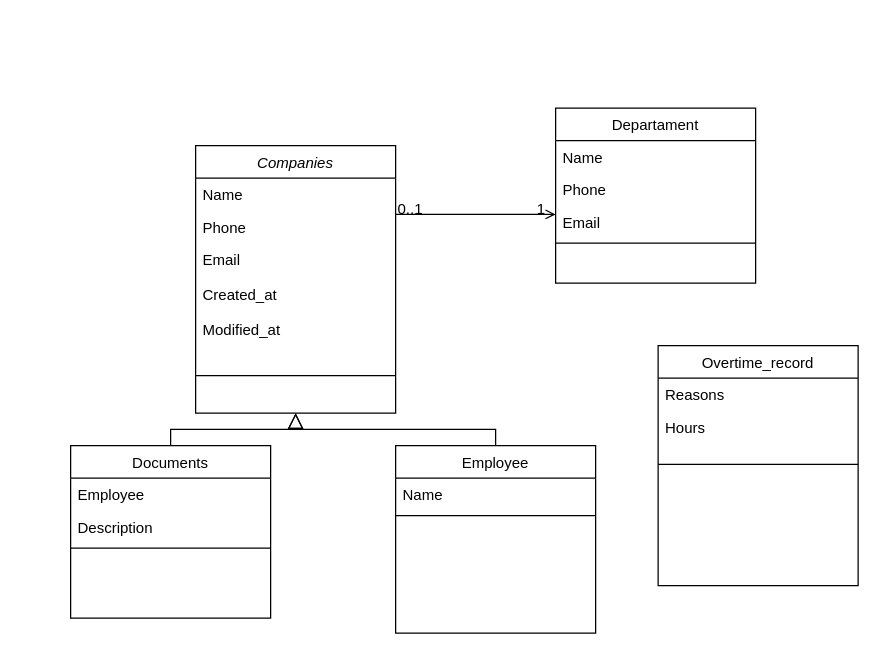
This is Diagrama sem nome.drawio from lucashfernandes91/hr-management, a draw.io file, before an edit. Source tidied: cells renumbered, new cells numbered last; positions are measured from the earlier drawing's top-left corner, leaving out a move shared by most shapes. Both pictures are drawn from the tidied source at 125%, with x=0, y=0 at pixel (70, 108).
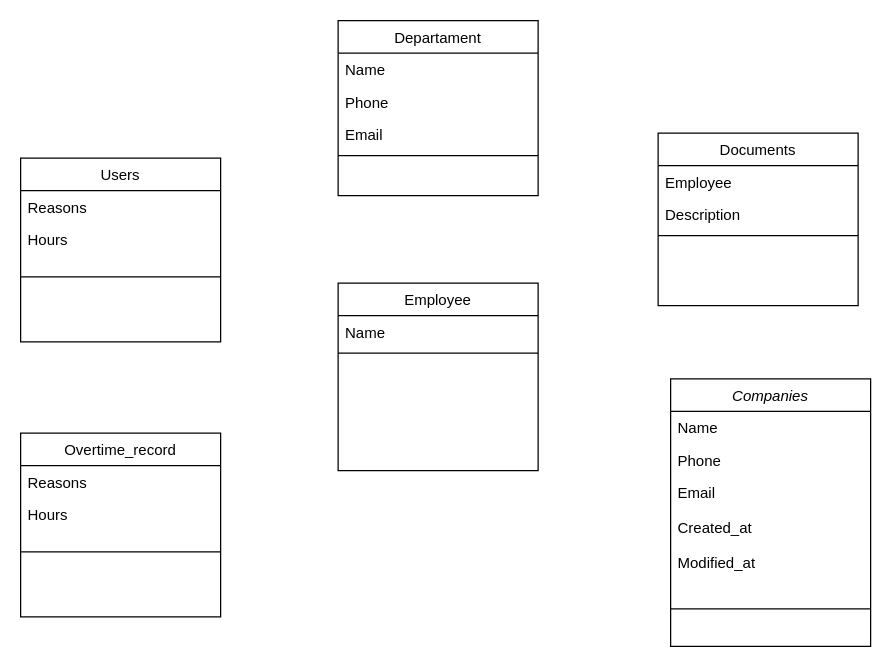
After the change.

What changed in the source:
```diff
@@
     <mxCell id="2" value="Companies" style="swimlane;fontStyle=2;align=center;verticalAlign=top;horizontal=1;startSize=26;rounded=0;shadow=0;strokeWidth=1;" parent="1" vertex="1">
-      <mxGeometry x="100" y="30" width="160" height="214" as="geometry" />
+      <mxGeometry x="480" y="216.5" width="160" height="214" as="geometry" />
     </mxCell>
@@
     <mxCell id="7" value="Documents&#10;" style="swimlane;fontStyle=0;align=center;verticalAlign=top;horizontal=1;startSize=26;rounded=0;shadow=0;strokeWidth=1;" parent="1" vertex="1">
-      <mxGeometry y="270" width="160" height="138" as="geometry" />
+      <mxGeometry x="470" y="20" width="160" height="138" as="geometry" />
     </mxCell>
@@
-    <mxCell id="11" style="endArrow=block;endSize=10;endFill=0;shadow=0;strokeWidth=1;rounded=0;curved=0;edgeStyle=elbowEdgeStyle;elbow=vertical;" parent="1" edge="1" source="7" target="2">
-      <mxGeometry relative="1" as="geometry" />
-    </mxCell>
     <mxCell id="12" value="Employee&#10;" style="swimlane;fontStyle=0;align=center;verticalAlign=top;horizontal=1;startSize=26;rounded=0;shadow=0;strokeWidth=1;" parent="1" vertex="1">
-      <mxGeometry x="260" y="270" width="160" height="150" as="geometry" />
+      <mxGeometry x="214" y="140" width="160" height="150" as="geometry" />
     </mxCell>
@@
-    <mxCell id="15" style="endArrow=block;endSize=10;endFill=0;shadow=0;strokeWidth=1;rounded=0;curved=0;edgeStyle=elbowEdgeStyle;elbow=vertical;" parent="1" edge="1" source="12" target="2">
-      <mxGeometry relative="1" as="geometry" />
-    </mxCell>
     <mxCell id="16" value="Departament&#10;" style="swimlane;fontStyle=0;align=center;verticalAlign=top;horizontal=1;startSize=26;rounded=0;shadow=0;strokeWidth=1;" parent="1" vertex="1">
-      <mxGeometry x="388" width="160" height="140" as="geometry" />
+      <mxGeometry x="214" y="-70" width="160" height="140" as="geometry" />
     </mxCell>
@@
-    <mxCell id="21" style="endArrow=open;shadow=0;strokeWidth=1;rounded=0;curved=0;endFill=1;edgeStyle=elbowEdgeStyle;elbow=vertical;" parent="1" edge="1" source="2" target="16">
-      <mxGeometry x="0.5" y="41" relative="1" as="geometry">
-        <mxPoint x="-40" y="32" as="offset" />
-      </mxGeometry>
-    </mxCell>
-    <mxCell id="22" value="0..1" style="align=left;verticalAlign=bottom;labelBackgroundColor=none;fontSize=12;" parent="21" vertex="1">
-      <mxGeometry x="-1" relative="1" as="geometry">
-        <mxPoint y="4" as="offset" />
-      </mxGeometry>
-    </mxCell>
-    <mxCell id="23" value="1" style="align=right;verticalAlign=bottom;labelBackgroundColor=none;fontSize=12;" parent="21" vertex="1">
-      <mxGeometry x="1" relative="1" as="geometry">
-        <mxPoint x="-7" y="4" as="offset" />
-      </mxGeometry>
-    </mxCell>
-    <mxCell id="24" value="Overtime_record" style="swimlane;fontStyle=0;align=center;verticalAlign=top;horizontal=1;startSize=26;rounded=0;shadow=0;strokeWidth=1;" parent="1" vertex="1">
-      <mxGeometry x="470" y="190" width="160" height="192" as="geometry" />
+    <mxCell id="24" value="Users" style="swimlane;fontStyle=0;align=center;verticalAlign=top;horizontal=1;startSize=26;rounded=0;shadow=0;strokeWidth=1;" parent="1" vertex="1">
+      <mxGeometry x="-40" y="40" width="160" height="147" as="geometry" />
     </mxCell>
@@
+    <mxCell id="28" value="Overtime_record" style="swimlane;fontStyle=0;align=center;verticalAlign=top;horizontal=1;startSize=26;rounded=0;shadow=0;strokeWidth=1;" parent="1" vertex="1">
+      <mxGeometry x="-40" y="260" width="160" height="147" as="geometry" />
+    </mxCell>
+    <mxCell id="29" value="Reasons" style="text;align=left;verticalAlign=top;spacingLeft=4;spacingRight=4;overflow=hidden;" parent="28" vertex="1">
+      <mxGeometry y="26" width="160" height="26" as="geometry" />
+    </mxCell>
+    <mxCell id="30" value="Hours" style="text;align=left;verticalAlign=top;spacingLeft=4;spacingRight=4;overflow=hidden;rounded=0;shadow=0;html=0;" parent="28" vertex="1">
+      <mxGeometry y="52" width="160" height="26" as="geometry" />
+    </mxCell>
+    <mxCell id="31" style="line;html=1;strokeWidth=1;align=left;verticalAlign=middle;spacingTop=-1;spacingLeft=3;spacingRight=3;labelPosition=right;" parent="28" vertex="1">
+      <mxGeometry y="78" width="160" height="34" as="geometry" />
+    </mxCell>
```
